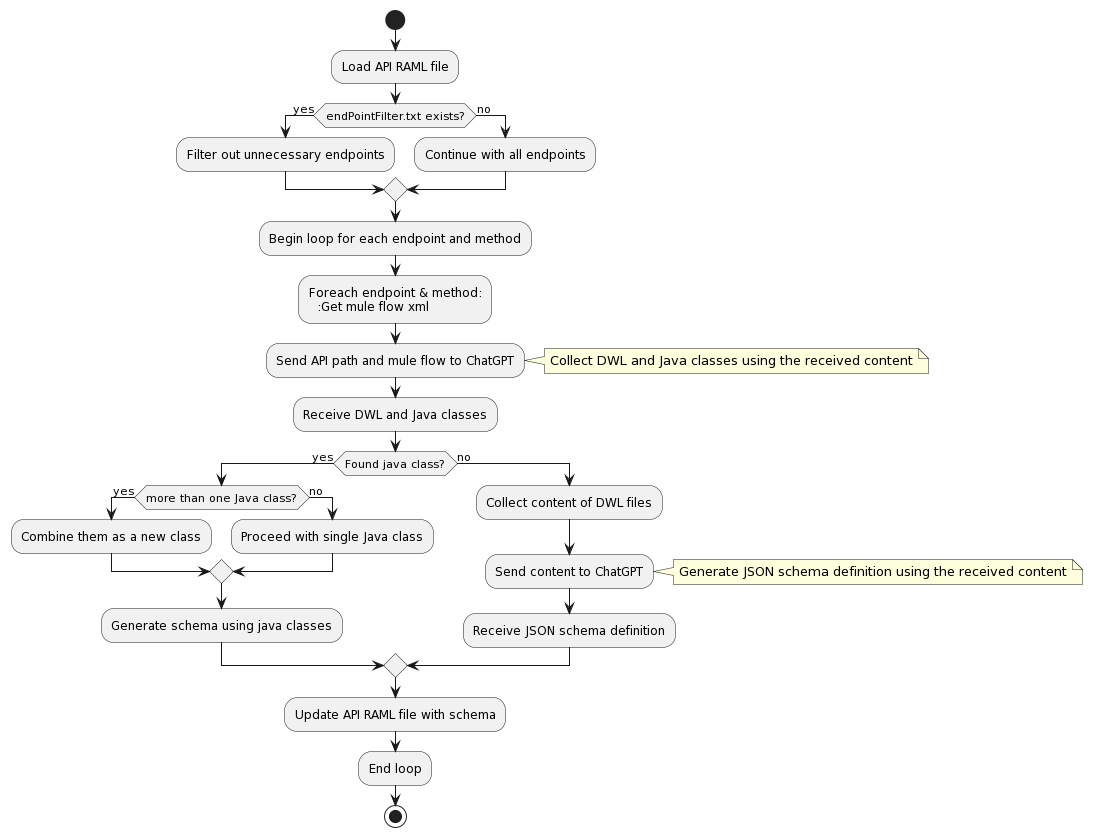
The PlantUML diagram docs/flow.png in lancerzhang/gpt-api-spec-completion, before a commit.
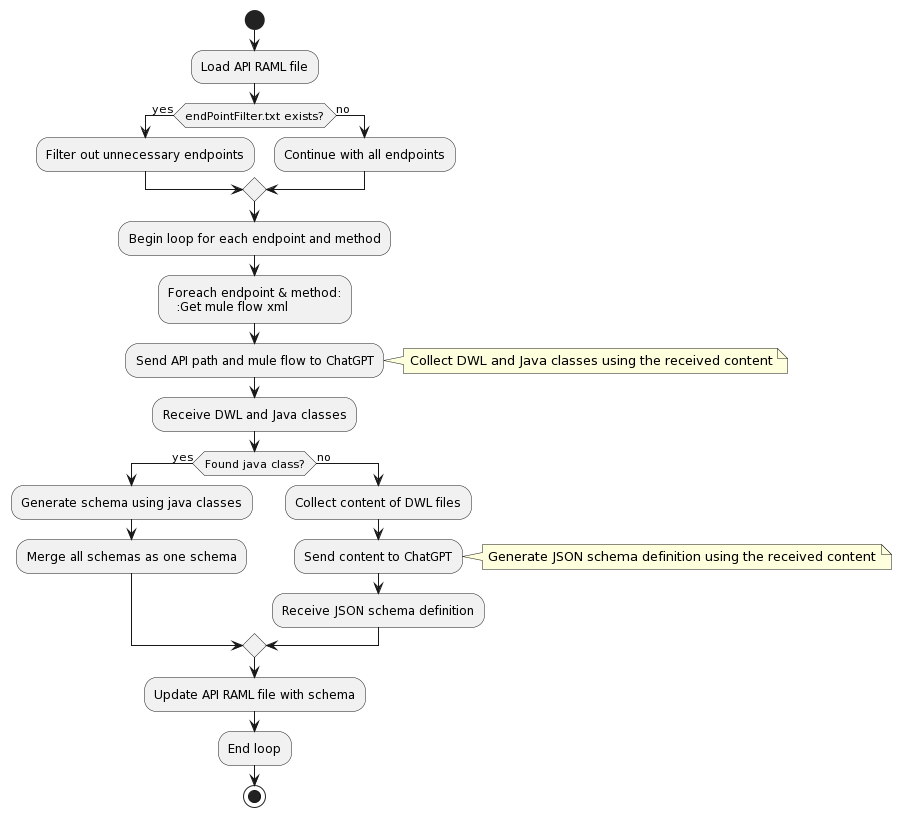
After the change.

Commit message:
only use java class in DW in GPT message

The edit, as a diff of the source:
```diff
@@ -17,12 +17,8 @@
   note right: Collect DWL and Java classes using the received content
   :Receive DWL and Java classes;
     if (Found java class?) then (yes)
-        if (more than one Java class?) then (yes)
-          :Combine them as a new class;
-        else (no)
-          :Proceed with single Java class;
-        endif
         :Generate schema using java classes;
+        :Merge all schemas as one schema;
     else (no)
       :Collect content of DWL files;
       :Send content to ChatGPT;
```
